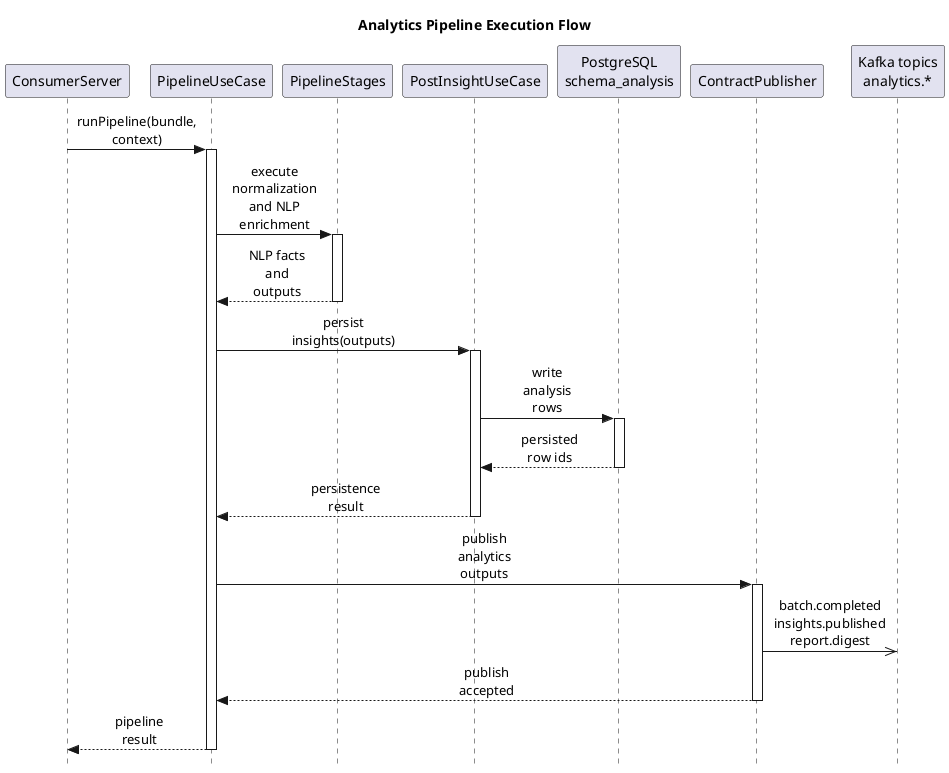
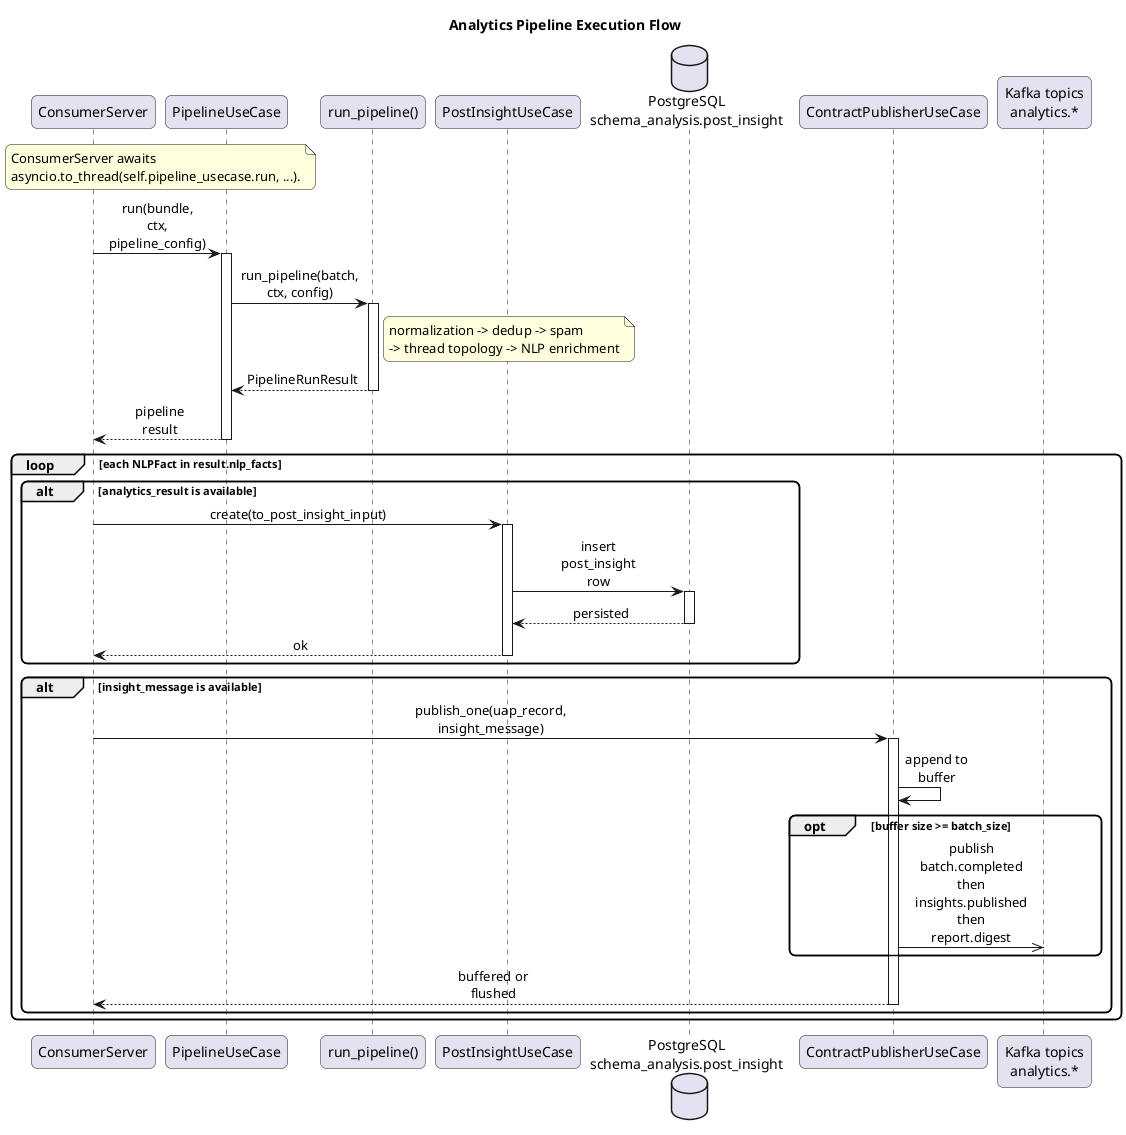
@startuml
title Analytics Pipeline Execution Flow
- hide footbox
- skinparam style strictuml
+ skinparam defaultFontName Arial
+ skinparam shadowing false
skinparam sequenceMessageAlign center
skinparam responseMessageBelowArrow true
skinparam maxMessageSize 70
+ skinparam roundcorner 12

participant "ConsumerServer" as Consumer
participant "PipelineUseCase" as Pipeline
- participant "PipelineStages" as Stages
+ participant "run_pipeline()" as Runner
participant "PostInsightUseCase" as PostInsight
- participant "PostgreSQL\nschema_analysis" as PostgreSQL
- participant "ContractPublisher" as Publisher
+ database "PostgreSQL\nschema_analysis.post_insight" as PostgreSQL
+ participant "ContractPublisherUseCase" as Publisher
participant "Kafka topics\nanalytics.*" as AnalyticsTopics

- Consumer -> Pipeline : runPipeline(bundle, context)
+ note over Consumer,Pipeline
+   ConsumerServer awaits
+   asyncio.to_thread(self.pipeline_usecase.run, ...).
+ end note
+ 
+ Consumer -> Pipeline : run(bundle, ctx, pipeline_config)
activate Pipeline
- Pipeline -> Stages : execute normalization\nand NLP enrichment
- activate Stages
- Stages --> Pipeline : NLP facts and outputs
- deactivate Stages
- Pipeline -> PostInsight : persist insights(outputs)
- activate PostInsight
- PostInsight -> PostgreSQL : write analysis rows
- activate PostgreSQL
- PostgreSQL --> PostInsight : persisted row ids
- deactivate PostgreSQL
- PostInsight --> Pipeline : persistence result
- deactivate PostInsight
- Pipeline -> Publisher : publish analytics outputs
- activate Publisher
- Publisher ->> AnalyticsTopics : batch.completed\ninsights.published\nreport.digest
- Publisher --> Pipeline : publish accepted
- deactivate Publisher
+ Pipeline -> Runner : run_pipeline(batch, ctx, config)
+ activate Runner
+ note right of Runner
+   normalization -> dedup -> spam
+   -> thread topology -> NLP enrichment
+ end note
+ Runner --> Pipeline : PipelineRunResult
+ deactivate Runner
Pipeline --> Consumer : pipeline result
deactivate Pipeline
+ 
+ loop each NLPFact in result.nlp_facts
+   alt analytics_result is available
+     Consumer -> PostInsight : create(to_post_insight_input)
+     activate PostInsight
+     PostInsight -> PostgreSQL : insert post_insight row
+     activate PostgreSQL
+     PostgreSQL --> PostInsight : persisted
+     deactivate PostgreSQL
+     PostInsight --> Consumer : ok
+     deactivate PostInsight
+   end
+ 
+   alt insight_message is available
+     Consumer -> Publisher : publish_one(uap_record, insight_message)
+     activate Publisher
+     Publisher -> Publisher : append to buffer
+     opt buffer size >= batch_size
+       Publisher ->> AnalyticsTopics : publish batch.completed\nthen insights.published\nthen report.digest
+     end
+     Publisher --> Consumer : buffered or flushed
+     deactivate Publisher
+   end
+ end
@enduml
